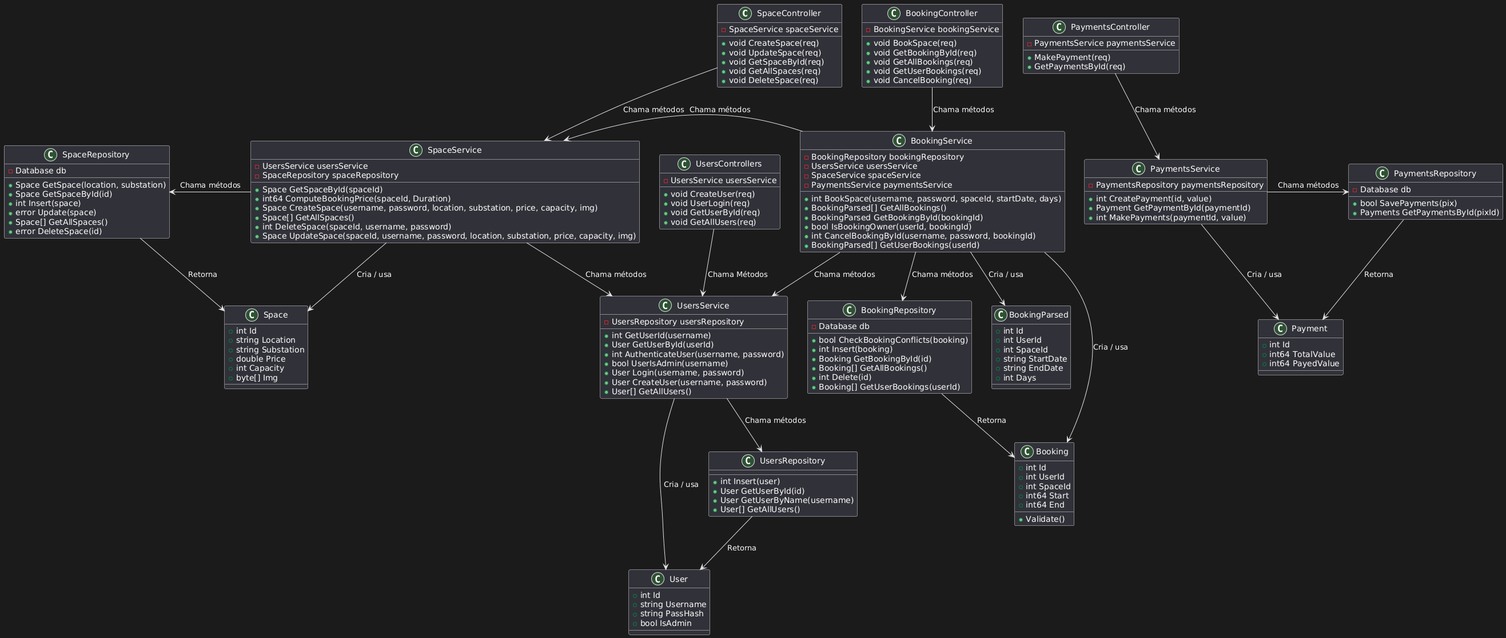
Earlier version of the PlantUML export diagrams/classes.png (d4vi13/SeuCantinho).
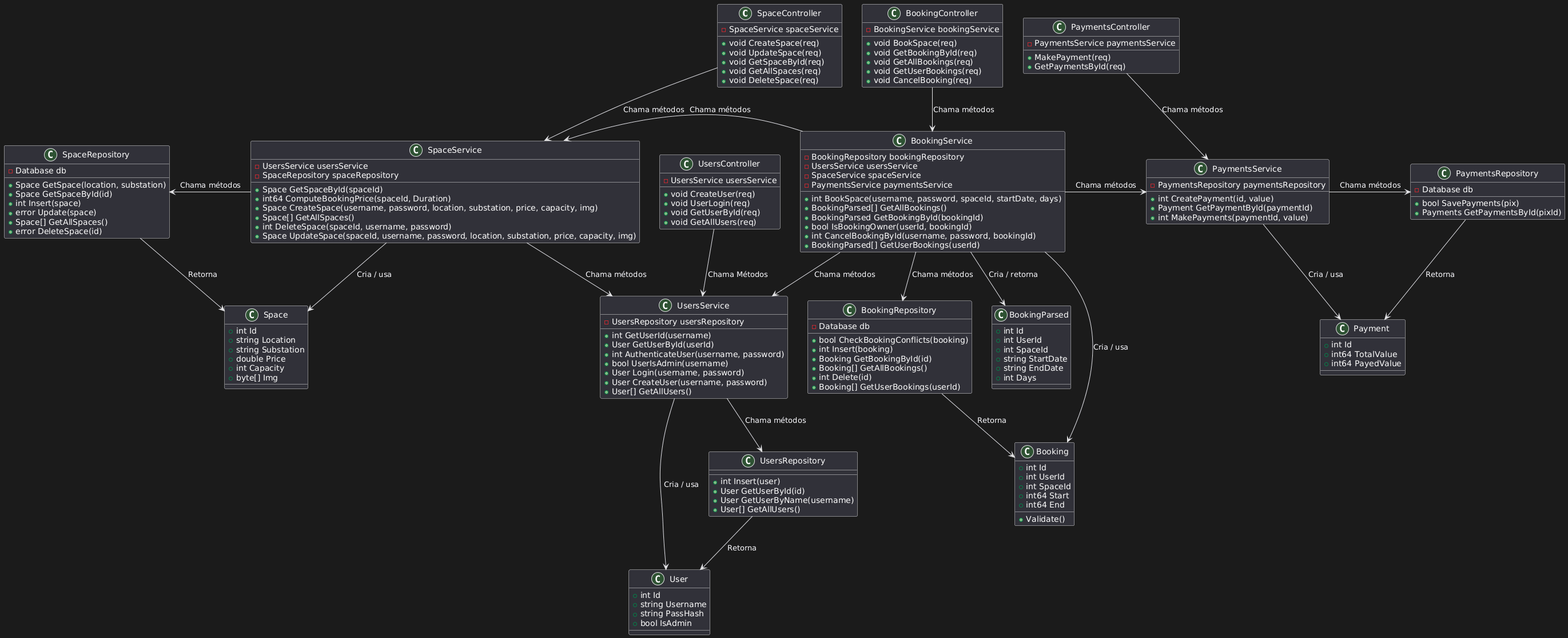
After the commit.

Change to the diagram source:
```diff
@@ -19,7 +19,7 @@
     + Space UpdateSpace(spaceId, username, password, location, substation, price, capacity, img)
 }
 
-Class UsersControllers {
+Class UsersController {
     - UsersService usersService
     + void CreateUser(req)
     + void UserLogin(req)
@@ -167,14 +167,14 @@
 BookingService --> BookingRepository : "Chama métodos"
 BookingService -l-> SpaceService : "Chama métodos"
 BookingService -d-> UsersService : "Chama métodos"
+BookingService -r-> PaymentsService : "Chama métodos"
 BookingService --> Booking : "Cria / usa"
-BookingService --> BookingParsed : "Cria / usa"
+BookingService --> BookingParsed : "Cria / retorna"
 BookingRepository --> Booking : "Retorna"
 
 SpaceController -r[hidden]-> BookingController
 BookingController -l[hidden]-> SpaceController
 BookingController -r[hidden]-> PaymentsController
 PaymentsController -l[hidden]-> BookingController
-
-UsersControllers --> UsersService : "Chama Métodos"
+UsersController --> UsersService : "Chama Métodos"
 @enduml
```
